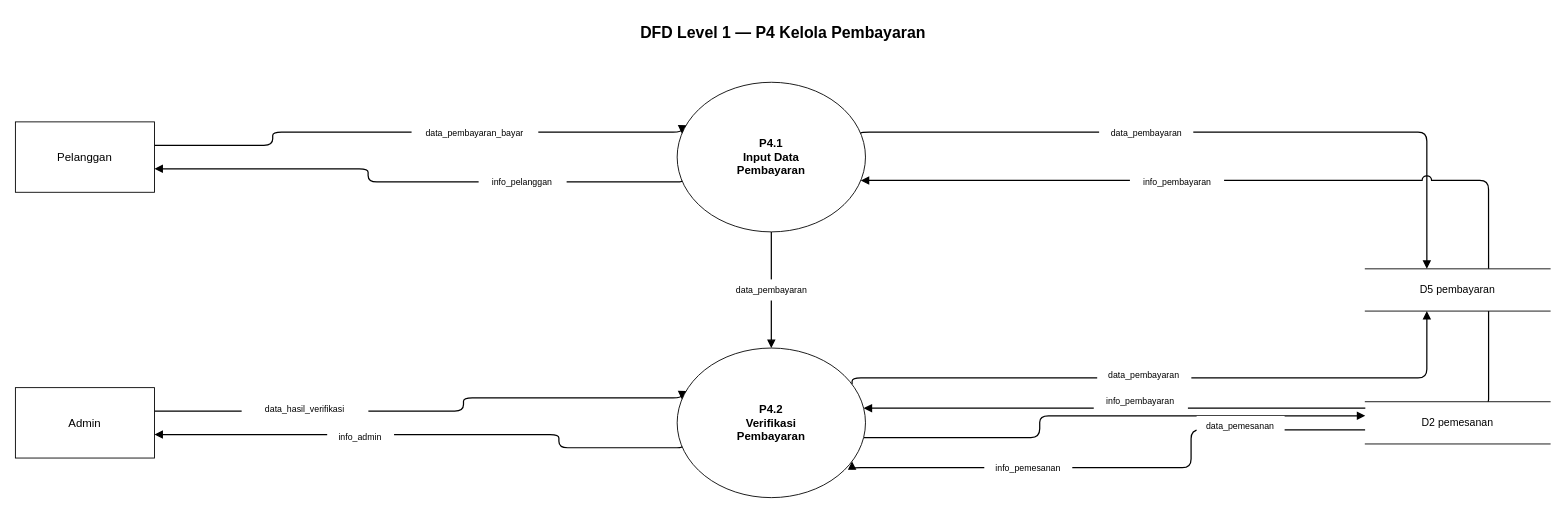
This is generated/dfd_level1_P4.drawio from ryuken25/diagrams, a draw.io file, before an edit. Source tidied: cells renumbered, new cells numbered last; positions are measured from the earlier drawing's top-left corner, leaving out a move shared by most shapes. Both pictures are drawn from the tidied source at 88%, with x=0, y=0 at pixel (15, 15).
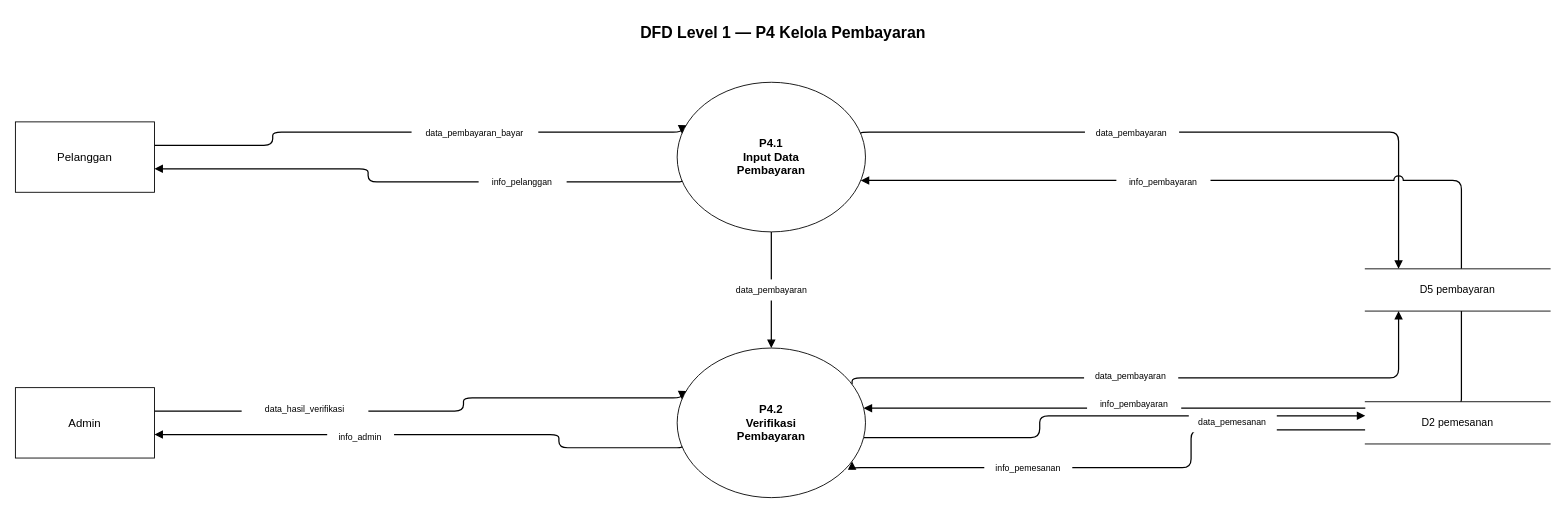
After the change.

The change refers to these unchanged cells:
```xml
<mxCell id="13" value="P4.1&#10;Input Data&#10;Pembayaran" style="ellipse;whiteSpace=wrap;html=1;fillColor=#FFFFFF;strokeColor=#000000;fontSize=13;fontStyle=1;verticalAlign=middle;" parent="1" vertex="1">
  <mxGeometry x="752" y="76" width="214" height="170" as="geometry" />
</mxCell>
<mxCell id="14" value="P4.2&#10;Verifikasi&#10;Pembayaran" style="ellipse;whiteSpace=wrap;html=1;fillColor=#FFFFFF;strokeColor=#000000;fontSize=13;fontStyle=1;verticalAlign=middle;" parent="1" vertex="1">
  <mxGeometry x="752" y="378" width="214" height="170" as="geometry" />
</mxCell>
<mxCell id="17" value="D5  pembayaran" style="shape=partialRectangle;top=1;bottom=1;left=0;right=0;whiteSpace=wrap;html=1;fillColor=#FFFFFF;strokeColor=#000000;fontSize=12;align=center;" parent="1" vertex="1">
  <mxGeometry x="1534" y="288" width="210" height="48" as="geometry" />
</mxCell>
```

Diff of the diagram source:
```diff
@@
-    <mxCell id="6" style="html=1;rounded=1;strokeColor=#000000;strokeWidth=1.4;endArrow=block;startArrow=none;jumpStyle=arc;jumpSize=10;edgeStyle=orthogonalEdgeStyle;exitX=1.000;exitY=0.333;entryX=0.333;entryY=0.000;exitDx=0;exitDy=0;entryDx=0;entryDy=0;" parent="1" edge="1" source="13" target="17">
+    <mxCell id="6" style="html=1;rounded=1;strokeColor=#000000;strokeWidth=1.4;endArrow=block;startArrow=none;jumpStyle=arc;jumpSize=10;edgeStyle=orthogonalEdgeStyle;exitX=1.000;exitY=0.333;entryX=0.180;entryY=0.000;exitDx=0;exitDy=0;entryDx=0;entryDy=0;" parent="1" edge="1" source="13" target="17">
       <mxGeometry relative="1" as="geometry">
         <Array as="points">
-          <mxPoint x="1604" y="132.7" />
-          <mxPoint x="1604" y="288" />
+          <mxPoint x="1571.8" y="132.7" />
+          <mxPoint x="1571.8" y="288" />
         </Array>
       </mxGeometry>
     </mxCell>
-    <mxCell id="7" style="html=1;rounded=1;strokeColor=#000000;strokeWidth=1.4;endArrow=block;startArrow=none;jumpStyle=arc;jumpSize=10;edgeStyle=orthogonalEdgeStyle;exitX=0.667;exitY=0.000;entryX=1.000;entryY=0.667;exitDx=0;exitDy=0;entryDx=0;entryDy=0;" parent="1" edge="1" source="17" target="13">
+    <mxCell id="7" style="html=1;rounded=1;strokeColor=#000000;strokeWidth=1.4;endArrow=block;startArrow=none;jumpStyle=arc;jumpSize=10;edgeStyle=orthogonalEdgeStyle;exitX=0.520;exitY=0.000;entryX=1.000;entryY=0.667;exitDx=0;exitDy=0;entryDx=0;entryDy=0;" parent="1" edge="1" source="17" target="13">
       <mxGeometry relative="1" as="geometry">
         <Array as="points">
-          <mxPoint x="1674" y="288" />
-          <mxPoint x="1674" y="189.3" />
+          <mxPoint x="1643.2" y="288" />
+          <mxPoint x="1643.2" y="189.3" />
         </Array>
       </mxGeometry>
     </mxCell>
-    <mxCell id="8" style="html=1;rounded=1;strokeColor=#000000;strokeWidth=1.4;endArrow=block;startArrow=none;jumpStyle=arc;jumpSize=10;edgeStyle=orthogonalEdgeStyle;exitX=1.000;exitY=0.200;entryX=0.333;entryY=1.000;exitDx=0;exitDy=0;entryDx=0;entryDy=0;" parent="1" edge="1" source="14" target="17">
+    <mxCell id="8" style="html=1;rounded=1;strokeColor=#000000;strokeWidth=1.4;endArrow=block;startArrow=none;jumpStyle=arc;jumpSize=10;edgeStyle=orthogonalEdgeStyle;exitX=1.000;exitY=0.200;entryX=0.180;entryY=1.000;exitDx=0;exitDy=0;entryDx=0;entryDy=0;" parent="1" edge="1" source="14" target="17">
       <mxGeometry relative="1" as="geometry">
         <Array as="points">
-          <mxPoint x="1604" y="412" />
-          <mxPoint x="1604" y="336" />
+          <mxPoint x="1571.8" y="412" />
+          <mxPoint x="1571.8" y="336" />
         </Array>
       </mxGeometry>
     </mxCell>
-    <mxCell id="9" style="html=1;rounded=1;strokeColor=#000000;strokeWidth=1.4;endArrow=block;startArrow=none;jumpStyle=arc;jumpSize=10;edgeStyle=orthogonalEdgeStyle;exitX=0.667;exitY=1.000;entryX=1.000;entryY=0.400;exitDx=0;exitDy=0;entryDx=0;entryDy=0;" parent="1" edge="1" source="17" target="14">
+    <mxCell id="9" style="html=1;rounded=1;strokeColor=#000000;strokeWidth=1.4;endArrow=block;startArrow=none;jumpStyle=arc;jumpSize=10;edgeStyle=orthogonalEdgeStyle;exitX=0.520;exitY=1.000;entryX=1.000;entryY=0.400;exitDx=0;exitDy=0;entryDx=0;entryDy=0;" parent="1" edge="1" source="17" target="14">
       <mxGeometry relative="1" as="geometry">
         <Array as="points">
-          <mxPoint x="1674" y="336" />
-          <mxPoint x="1674" y="446" />
+          <mxPoint x="1643.2" y="336" />
+          <mxPoint x="1643.2" y="446" />
         </Array>
       </mxGeometry>
     </mxCell>
@@
     <mxCell id="23" value="data_pembayaran" style="text;html=1;align=center;verticalAlign=middle;fontSize=10;rounded=0;fillColor=#FFFFFF;strokeColor=none;whiteSpace=wrap;spacing=2;" parent="1" vertex="1">
-      <mxGeometry x="1231.5" y="120.6" width="107" height="24" as="geometry" />
+      <mxGeometry x="1215.4" y="120.6" width="107" height="24" as="geometry" />
     </mxCell>
     <mxCell id="24" value="info_pembayaran" style="text;html=1;align=center;verticalAlign=middle;fontSize=10;rounded=0;fillColor=#FFFFFF;strokeColor=none;whiteSpace=wrap;spacing=2;" parent="1" vertex="1">
-      <mxGeometry x="1266.5" y="177.3" width="107" height="24" as="geometry" />
+      <mxGeometry x="1251.1" y="177.3" width="107" height="24" as="geometry" />
     </mxCell>
     <mxCell id="25" value="data_pembayaran" style="text;html=1;align=center;verticalAlign=middle;fontSize=10;rounded=0;fillColor=#FFFFFF;strokeColor=none;whiteSpace=wrap;spacing=2;" parent="1" vertex="1">
-      <mxGeometry x="1229.3" y="395.6" width="107" height="24" as="geometry" />
+      <mxGeometry x="1214.4" y="397.7" width="107" height="24" as="geometry" />
     </mxCell>
     <mxCell id="26" value="info_pembayaran" style="text;html=1;align=center;verticalAlign=middle;fontSize=10;rounded=0;fillColor=#FFFFFF;strokeColor=none;whiteSpace=wrap;spacing=2;" parent="1" vertex="1">
-      <mxGeometry x="1225.4" y="426.2" width="107" height="24" as="geometry" />
+      <mxGeometry x="1217.8" y="429.6" width="107" height="24" as="geometry" />
     </mxCell>
     <mxCell id="27" value="data_pemesanan" style="text;html=1;align=center;verticalAlign=middle;fontSize=10;rounded=0;fillColor=#FFFFFF;strokeColor=none;whiteSpace=wrap;spacing=2;" parent="1" vertex="1">
-      <mxGeometry x="1342.3" y="455.2" width="100" height="24" as="geometry" />
+      <mxGeometry x="1333.4" y="449.7" width="100" height="24" as="geometry" />
     </mxCell>
```
